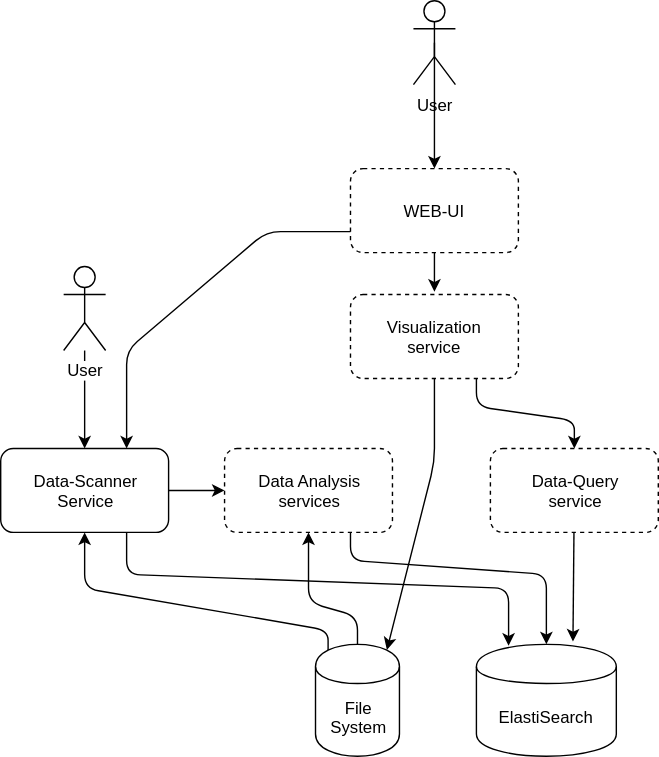
Earlier version of the draw.io export docs/architecture-01.svg (jveverka/data-lab). Source tidied: cells renumbered, new cells last; positions are measured from the earlier drawing's top-left corner, leaving out a move shared by most shapes.
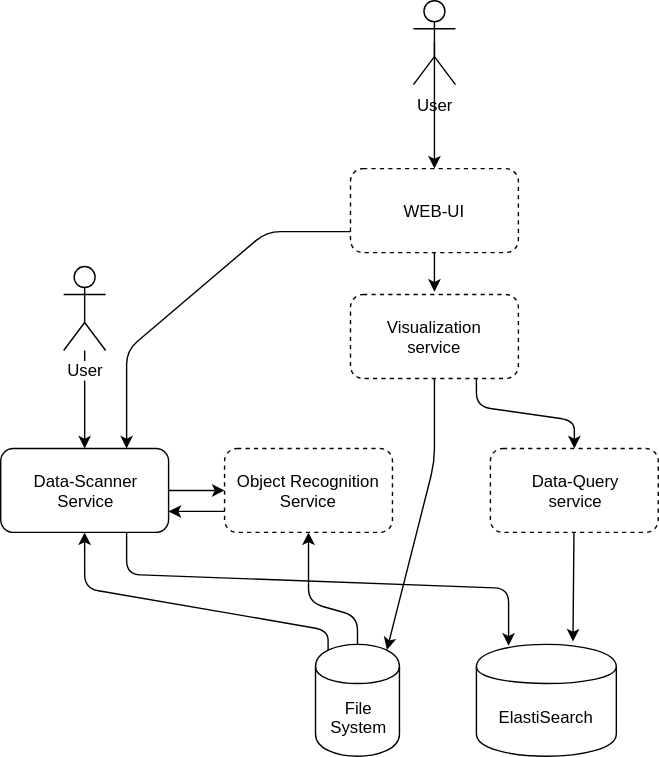
The same file after the commit.

What changed in the source:
```diff
@@ -57,20 +57,12 @@
         </Array>
       </mxGeometry>
     </mxCell>
-    <mxCell id="14" value="Data Analysis&lt;br&gt;services" style="rounded=1;whiteSpace=wrap;html=1;dashed=1;" parent="1" vertex="1">
+    <mxCell id="14" value="Object Recognition&lt;br&gt;Service" style="rounded=1;whiteSpace=wrap;html=1;dashed=1;" parent="1" vertex="1">
       <mxGeometry x="160" y="320" width="120" height="60" as="geometry" />
     </mxCell>
     <mxCell id="15" style="endArrow=classic;html=1;entryX=0;entryY=0.5;entryDx=0;entryDy=0;exitX=1;exitY=0.5;exitDx=0;exitDy=0;" parent="1" edge="1" source="2" target="14">
       <mxGeometry relative="1" as="geometry" />
     </mxCell>
-    <mxCell id="16" style="endArrow=classic;html=1;entryX=0.5;entryY=0;entryDx=0;entryDy=0;exitX=0.75;exitY=1;exitDx=0;exitDy=0;" parent="1" edge="1" source="14" target="5">
-      <mxGeometry relative="1" as="geometry">
-        <Array as="points">
-          <mxPoint x="250" y="400" />
-          <mxPoint x="390" y="410" />
-        </Array>
-      </mxGeometry>
-    </mxCell>
     <mxCell id="17" value="User" style="shape=umlActor;verticalLabelPosition=bottom;labelBackgroundColor=#ffffff;verticalAlign=top;html=1;" parent="1" vertex="1">
       <mxGeometry x="295" width="30" height="60" as="geometry" />
     </mxCell>
@@ -103,5 +95,8 @@
         </Array>
       </mxGeometry>
     </mxCell>
+    <mxCell id="23" style="endArrow=classic;html=1;entryX=1;entryY=0.75;entryDx=0;entryDy=0;exitX=0;exitY=0.75;exitDx=0;exitDy=0;" parent="1" edge="1" source="14" target="2">
+      <mxGeometry relative="1" as="geometry" />
+    </mxCell>
   </root>
 </mxGraphModel>
```
